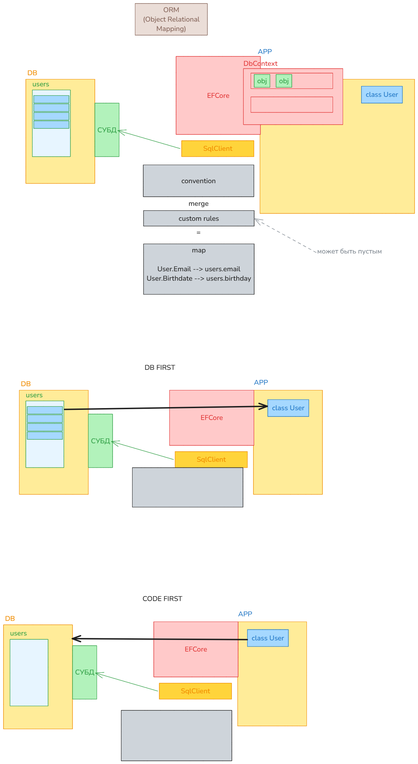
The Excalidraw diagram img/2.ef.excalidraw.png in silvercodes/p42_ado_net_ef, before a commit. Source tidied: one line per element, renumbered; positions are measured from the earlier drawing's top-left corner, leaving out a move shared by most shapes.
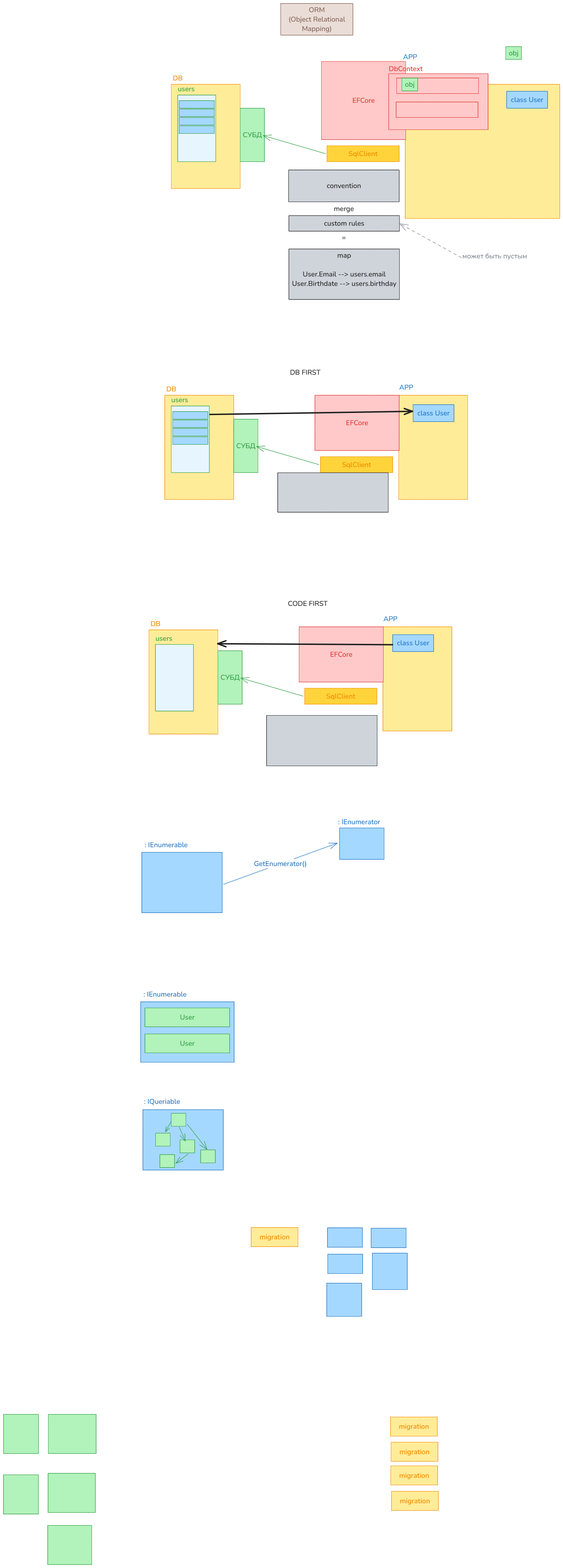
Above is the later version.

Diff of the diagram source:
```diff
@@ -13,8 +13,8 @@
 {"id": 12, "type": "rectangle", "strokeColor": "#2f9e44", "backgroundColor": "#a5d8ff", "fillStyle": "solid", "strokeWidth": 1, "roughness": 0, "x": 87, "y": 313, "width": 101, "height": 22}
 {"id": 13, "type": "rectangle", "strokeColor": "#2f9e44", "backgroundColor": "#a5d8ff", "fillStyle": "solid", "strokeWidth": 1, "roughness": 0, "x": 87, "y": 337, "width": 101, "height": 22}
 {"id": 14, "type": "arrow", "strokeColor": "#2f9e44", "backgroundColor": "#a5d8ff", "fillStyle": "solid", "strokeWidth": 1, "roughness": 0, "endArrowhead": "arrow", "round": true, "from": 17, "to": 4, "x": 507, "y": 417, "width": 179, "height": 52, "points": [[0, 0], [-179, -52]]}
-{"id": 15, "type": "rectangle", "strokeColor": "#846358", "backgroundColor": "#eaddd7", "fillStyle": "solid", "strokeWidth": 1, "roughness": 0, "x": 378, "y": 0, "width": 207, "height": 91}
+{"id": 15, "type": "rectangle", "strokeColor": "#846358", "backgroundColor": "#eaddd7", "fillStyle": "solid", "strokeWidth": 1, "roughness": 0, "x": 378, "y": -15, "width": 207, "height": 91}
-{"id": 16, "type": "text", "text": "ORM\n(Object Relational\nMapping)", "strokeColor": "#846358", "backgroundColor": "#eaddd7", "fillStyle": "solid", "strokeWidth": 1, "roughness": 0, "fontSize": 20, "fontFamily": 6, "textAlign": "center", "verticalAlign": "middle", "inside": 15, "x": 400, "y": 5, "width": 163, "height": 81}
+{"id": 16, "type": "text", "text": "ORM\n(Object Relational\nMapping)", "strokeColor": "#846358", "backgroundColor": "#eaddd7", "fillStyle": "solid", "strokeWidth": 1, "roughness": 0, "fontSize": 20, "fontFamily": 6, "textAlign": "center", "verticalAlign": "middle", "inside": 15, "x": 401, "y": -10, "width": 163, "height": 81}
 {"id": 17, "type": "rectangle", "strokeColor": "#f08c00", "backgroundColor": "#ffd43b", "fillStyle": "solid", "strokeWidth": 1, "roughness": 0, "x": 511, "y": 394, "width": 207, "height": 46}
 {"id": 18, "type": "text", "text": "SqlClient", "strokeColor": "#f08c00", "backgroundColor": "#eaddd7", "fillStyle": "solid", "strokeWidth": 1, "roughness": 0, "fontSize": 20, "fontFamily": 6, "textAlign": "center", "verticalAlign": "middle", "inside": 17, "x": 573, "y": 403, "width": 83, "height": 27}
 {"id": 19, "type": "rectangle", "strokeColor": "#1e1e1e", "backgroundColor": "#ced4da", "fillStyle": "solid", "strokeWidth": 1, "roughness": 0, "x": 402, "y": 690, "width": 317, "height": 145}
@@ -71,9 +71,52 @@
 {"id": 70, "type": "arrow", "strokeColor": "#1e1e1e", "backgroundColor": "#ced4da", "fillStyle": "solid", "strokeWidth": 4, "roughness": 0, "endArrowhead": "arrow", "round": true, "from": 66, "to": 51, "x": 699, "y": 1827, "width": 502, "height": 3, "points": [[0, 0], [-502, -3]]}
 {"id": 71, "type": "rectangle", "strokeColor": "#e03131", "backgroundColor": "#ffc9c9", "fillStyle": "solid", "strokeWidth": 1, "roughness": 0, "x": 688, "y": 187, "width": 285, "height": 161}
 {"id": 72, "type": "text", "text": "DbContext", "strokeColor": "#e03131", "backgroundColor": "#ffc9c9", "fillStyle": "solid", "strokeWidth": 1, "roughness": 0, "fontSize": 20, "fontFamily": 6, "x": 688, "y": 159, "width": 98, "height": 27}
-{"id": 73, "type": "rectangle", "strokeColor": "#e03131", "backgroundColor": "#ffc9c9", "fillStyle": "solid", "strokeWidth": 1, "roughness": 0, "x": 710, "y": 200, "width": 235, "height": 45}
+{"id": 73, "type": "rectangle", "strokeColor": "#e03131", "backgroundColor": "#ffc9c9", "fillStyle": "solid", "strokeWidth": 1, "roughness": 0, "x": 711, "y": 199, "width": 235, "height": 45}
 {"id": 74, "type": "rectangle", "strokeColor": "#e03131", "backgroundColor": "#ffc9c9", "fillStyle": "solid", "strokeWidth": 1, "roughness": 0, "x": 710, "y": 268, "width": 235, "height": 45}
-{"id": 75, "type": "rectangle", "strokeColor": "#2f9e44", "backgroundColor": "#b2f2bb", "fillStyle": "solid", "strokeWidth": 1, "roughness": 0, "x": 719, "y": 204, "width": 45, "height": 37}
+{"id": 75, "type": "rectangle", "strokeColor": "#2f9e44", "backgroundColor": "#b2f2bb", "fillStyle": "solid", "strokeWidth": 1, "roughness": 0, "x": 1024, "y": 109, "width": 45, "height": 37}
-{"id": 76, "type": "text", "text": "obj", "strokeColor": "#2f9e44", "backgroundColor": "#b2f2bb", "fillStyle": "solid", "strokeWidth": 1, "roughness": 0, "fontSize": 20, "fontFamily": 6, "textAlign": "center", "verticalAlign": "middle", "inside": 75, "x": 728, "y": 209, "width": 28, "height": 27}
+{"id": 76, "type": "text", "text": "obj", "strokeColor": "#2f9e44", "backgroundColor": "#b2f2bb", "fillStyle": "solid", "strokeWidth": 1, "roughness": 0, "fontSize": 20, "fontFamily": 6, "textAlign": "center", "verticalAlign": "middle", "inside": 75, "x": 1033, "y": 114, "width": 28, "height": 27}
-{"id": 77, "type": "rectangle", "strokeColor": "#2f9e44", "backgroundColor": "#b2f2bb", "fillStyle": "solid", "strokeWidth": 1, "roughness": 0, "x": 782, "y": 204, "width": 45, "height": 37}
+{"id": 77, "type": "rectangle", "strokeColor": "#2f9e44", "backgroundColor": "#b2f2bb", "fillStyle": "solid", "strokeWidth": 1, "roughness": 0, "x": 726, "y": 200, "width": 45, "height": 37}
-{"id": 78, "type": "text", "text": "obj", "strokeColor": "#2f9e44", "backgroundColor": "#b2f2bb", "fillStyle": "solid", "strokeWidth": 1, "roughness": 0, "fontSize": 20, "fontFamily": 6, "textAlign": "center", "verticalAlign": "middle", "inside": 77, "x": 791, "y": 209, "width": 28, "height": 27}
+{"id": 78, "type": "text", "text": "obj", "strokeColor": "#2f9e44", "backgroundColor": "#b2f2bb", "fillStyle": "solid", "strokeWidth": 1, "roughness": 0, "fontSize": 20, "fontFamily": 6, "textAlign": "center", "verticalAlign": "middle", "inside": 77, "x": 735, "y": 205, "width": 28, "height": 27}
+{"id": 79, "type": "rectangle", "strokeColor": "#1971c2", "backgroundColor": "#a5d8ff", "fillStyle": "solid", "strokeWidth": 1, "roughness": 0, "x": -21, "y": 2423, "width": 231, "height": 174}
+{"id": 80, "type": "text", "text": ": IEnumerable", "strokeColor": "#1971c2", "backgroundColor": "#a5d8ff", "fillStyle": "solid", "strokeWidth": 1, "roughness": 0, "fontSize": 20, "fontFamily": 6, "x": -12, "y": 2388, "width": 124, "height": 27}
+{"id": 81, "type": "arrow", "strokeColor": "#1971c2", "backgroundColor": "#a5d8ff", "fillStyle": "solid", "strokeWidth": 1, "roughness": 0, "endArrowhead": "arrow", "round": true, "from": 79, "to": 83, "x": 214, "y": 2515, "width": 327, "height": 118, "points": [[0, 0], [327, -118]]}
+{"id": 82, "type": "text", "text": "GetEnumerator()", "strokeColor": "#1971c2", "backgroundColor": "#a5d8ff", "fillStyle": "solid", "strokeWidth": 1, "roughness": 0, "fontSize": 20, "fontFamily": 6, "textAlign": "center", "verticalAlign": "middle", "inside": 81, "x": 172, "y": 2448, "width": 152, "height": 27}
+{"id": 83, "type": "rectangle", "strokeColor": "#1971c2", "backgroundColor": "#a5d8ff", "fillStyle": "solid", "strokeWidth": 1, "roughness": 0, "x": 547, "y": 2353, "width": 128, "height": 90}
+{"id": 84, "type": "text", "text": ": IEnumerator", "strokeColor": "#1971c2", "backgroundColor": "#a5d8ff", "fillStyle": "solid", "strokeWidth": 1, "roughness": 0, "fontSize": 20, "fontFamily": 6, "x": 543, "y": 2322, "width": 121, "height": 27}
+{"id": 85, "type": "rectangle", "strokeColor": "#1971c2", "backgroundColor": "#a5d8ff", "fillStyle": "solid", "strokeWidth": 1, "roughness": 0, "x": -17, "y": 3162, "width": 231, "height": 174}
+{"id": 86, "type": "text", "text": ": IQueriable", "strokeColor": "#1971c2", "backgroundColor": "#a5d8ff", "fillStyle": "solid", "strokeWidth": 1, "roughness": 0, "fontSize": 20, "fontFamily": 6, "x": -14, "y": 3126, "width": 104, "height": 27}
+{"id": 87, "type": "rectangle", "strokeColor": "#2f9e44", "backgroundColor": "#b2f2bb", "fillStyle": "solid", "strokeWidth": 1, "roughness": 0, "x": 64, "y": 3173, "width": 42, "height": 37}
+{"id": 88, "type": "rectangle", "strokeColor": "#2f9e44", "backgroundColor": "#b2f2bb", "fillStyle": "solid", "strokeWidth": 1, "roughness": 0, "x": 19, "y": 3230, "width": 42, "height": 37}
+{"id": 89, "type": "arrow", "strokeColor": "#2f9e44", "backgroundColor": "#b2f2bb", "fillStyle": "solid", "strokeWidth": 1, "roughness": 0, "endArrowhead": "arrow", "round": true, "from": 87, "to": 88, "x": 63, "y": 3197, "width": 16, "height": 29, "points": [[0, 0], [-16, 29]]}
+{"id": 90, "type": "rectangle", "strokeColor": "#2f9e44", "backgroundColor": "#b2f2bb", "fillStyle": "solid", "strokeWidth": 1, "roughness": 0, "x": 89, "y": 3249, "width": 42, "height": 37}
+{"id": 91, "type": "arrow", "strokeColor": "#2f9e44", "backgroundColor": "#b2f2bb", "fillStyle": "solid", "strokeWidth": 1, "roughness": 0, "endArrowhead": "arrow", "round": true, "from": 87, "to": 90, "x": 87, "y": 3212, "width": 18, "height": 41, "points": [[0, 0], [18, 41]]}
+{"id": 92, "type": "rectangle", "strokeColor": "#2f9e44", "backgroundColor": "#b2f2bb", "fillStyle": "solid", "strokeWidth": 1, "roughness": 0, "x": 148, "y": 3278, "width": 42, "height": 37}
+{"id": 93, "type": "arrow", "strokeColor": "#2f9e44", "backgroundColor": "#b2f2bb", "fillStyle": "solid", "strokeWidth": 1, "roughness": 0, "endArrowhead": "arrow", "round": true, "from": 87, "to": 92, "x": 110, "y": 3203, "width": 57, "height": 73, "points": [[0, 0], [57, 73]]}
+{"id": 94, "type": "rectangle", "strokeColor": "#2f9e44", "backgroundColor": "#b2f2bb", "fillStyle": "solid", "strokeWidth": 1, "roughness": 0, "x": 31, "y": 3291, "width": 42, "height": 37}
+{"id": 95, "type": "arrow", "strokeColor": "#2f9e44", "backgroundColor": "#b2f2bb", "fillStyle": "solid", "strokeWidth": 1, "roughness": 0, "endArrowhead": "arrow", "round": true, "from": 90, "to": 94, "x": 113, "y": 3289, "width": 35, "height": 27, "points": [[0, 0], [-35, 27]]}
+{"id": 96, "type": "rectangle", "strokeColor": "#1971c2", "backgroundColor": "#a5d8ff", "fillStyle": "solid", "strokeWidth": 1, "roughness": 0, "x": -24, "y": 2852, "width": 268, "height": 174}
+{"id": 97, "type": "text", "text": ": IEnumerable", "strokeColor": "#1971c2", "backgroundColor": "#a5d8ff", "fillStyle": "solid", "strokeWidth": 1, "roughness": 0, "fontSize": 20, "fontFamily": 6, "x": -16, "y": 2817, "width": 124, "height": 27}
+{"id": 98, "type": "rectangle", "strokeColor": "#2f9e44", "backgroundColor": "#b2f2bb", "fillStyle": "solid", "strokeWidth": 1, "roughness": 0, "x": -11, "y": 2870, "width": 243, "height": 54}
+{"id": 99, "type": "text", "text": "User", "strokeColor": "#2f9e44", "backgroundColor": "#b2f2bb", "fillStyle": "solid", "strokeWidth": 1, "roughness": 0, "fontSize": 20, "fontFamily": 6, "textAlign": "center", "verticalAlign": "middle", "inside": 98, "x": 89, "y": 2884, "width": 42, "height": 27}
+{"id": 100, "type": "rectangle", "strokeColor": "#2f9e44", "backgroundColor": "#b2f2bb", "fillStyle": "solid", "strokeWidth": 1, "roughness": 0, "x": -11, "y": 2945, "width": 243, "height": 54}
+{"id": 101, "type": "text", "text": "User", "strokeColor": "#2f9e44", "backgroundColor": "#b2f2bb", "fillStyle": "solid", "strokeWidth": 1, "roughness": 0, "fontSize": 20, "fontFamily": 6, "textAlign": "center", "verticalAlign": "middle", "inside": 100, "x": 89, "y": 2958, "width": 42, "height": 27}
+{"id": 102, "type": "rectangle", "strokeColor": "#2f9e44", "backgroundColor": "#b2f2bb", "fillStyle": "solid", "strokeWidth": 1, "roughness": 0, "x": -417, "y": 4037, "width": 100, "height": 113}
+{"id": 103, "type": "rectangle", "strokeColor": "#2f9e44", "backgroundColor": "#b2f2bb", "fillStyle": "solid", "strokeWidth": 1, "roughness": 0, "x": -417, "y": 4211, "width": 100, "height": 113}
+{"id": 104, "type": "rectangle", "strokeColor": "#2f9e44", "backgroundColor": "#b2f2bb", "fillStyle": "solid", "strokeWidth": 1, "roughness": 0, "x": -289, "y": 4037, "width": 137, "height": 113}
+{"id": 105, "type": "rectangle", "strokeColor": "#2f9e44", "backgroundColor": "#b2f2bb", "fillStyle": "solid", "strokeWidth": 1, "roughness": 0, "x": -290, "y": 4206, "width": 136, "height": 113}
+{"id": 106, "type": "rectangle", "strokeColor": "#1971c2", "backgroundColor": "#a5d8ff", "fillStyle": "solid", "strokeWidth": 1, "roughness": 0, "x": 512, "y": 3501, "width": 100, "height": 56}
+{"id": 107, "type": "rectangle", "strokeColor": "#1971c2", "backgroundColor": "#a5d8ff", "fillStyle": "solid", "strokeWidth": 1, "roughness": 0, "x": 513, "y": 3577, "width": 100, "height": 56}
+{"id": 108, "type": "rectangle", "strokeColor": "#1971c2", "backgroundColor": "#a5d8ff", "fillStyle": "solid", "strokeWidth": 1, "roughness": 0, "x": 638, "y": 3503, "width": 100, "height": 56}
+{"id": 109, "type": "rectangle", "strokeColor": "#1971c2", "backgroundColor": "#a5d8ff", "fillStyle": "solid", "strokeWidth": 1, "roughness": 0, "x": 641, "y": 3574, "width": 100, "height": 105}
+{"id": 110, "type": "rectangle", "strokeColor": "#1971c2", "backgroundColor": "#a5d8ff", "fillStyle": "solid", "strokeWidth": 1, "roughness": 0, "x": 510, "y": 3661, "width": 100, "height": 95}
+{"id": 111, "type": "rectangle", "strokeColor": "#2f9e44", "backgroundColor": "#b2f2bb", "fillStyle": "solid", "strokeWidth": 1, "roughness": 0, "x": -291, "y": 4356, "width": 127, "height": 113}
+{"id": 112, "type": "rectangle", "strokeColor": "#f08c00", "backgroundColor": "#ffec99", "fillStyle": "solid", "strokeWidth": 1, "roughness": 0, "x": 293, "y": 3501, "width": 135, "height": 55}
+{"id": 113, "type": "text", "text": "migration", "strokeColor": "#f08c00", "backgroundColor": "#ffec99", "fillStyle": "solid", "strokeWidth": 1, "roughness": 0, "fontSize": 20, "fontFamily": 6, "textAlign": "center", "verticalAlign": "middle", "inside": 112, "x": 318, "y": 3515, "width": 86, "height": 27}
+{"id": 114, "type": "rectangle", "strokeColor": "#f08c00", "backgroundColor": "#ffec99", "fillStyle": "solid", "strokeWidth": 1, "roughness": 0, "x": 693, "y": 4045, "width": 135, "height": 55}
+{"id": 115, "type": "text", "text": "migration", "strokeColor": "#f08c00", "backgroundColor": "#ffec99", "fillStyle": "solid", "strokeWidth": 1, "roughness": 0, "fontSize": 20, "fontFamily": 6, "textAlign": "center", "verticalAlign": "middle", "inside": 114, "x": 717, "y": 4059, "width": 86, "height": 27}
+{"id": 116, "type": "rectangle", "strokeColor": "#f08c00", "backgroundColor": "#ffec99", "fillStyle": "solid", "strokeWidth": 1, "roughness": 0, "x": 695, "y": 4117, "width": 135, "height": 55}
+{"id": 117, "type": "text", "text": "migration", "strokeColor": "#f08c00", "backgroundColor": "#ffec99", "fillStyle": "solid", "strokeWidth": 1, "roughness": 0, "fontSize": 20, "fontFamily": 6, "textAlign": "center", "verticalAlign": "middle", "inside": 116, "x": 719, "y": 4131, "width": 86, "height": 27}
+{"id": 118, "type": "rectangle", "strokeColor": "#f08c00", "backgroundColor": "#ffec99", "fillStyle": "solid", "strokeWidth": 1, "roughness": 0, "x": 694, "y": 4185, "width": 135, "height": 55}
+{"id": 119, "type": "text", "text": "migration", "strokeColor": "#f08c00", "backgroundColor": "#ffec99", "fillStyle": "solid", "strokeWidth": 1, "roughness": 0, "fontSize": 20, "fontFamily": 6, "textAlign": "center", "verticalAlign": "middle", "inside": 118, "x": 718, "y": 4199, "width": 86, "height": 27}
+{"id": 120, "type": "rectangle", "strokeColor": "#f08c00", "backgroundColor": "#ffec99", "fillStyle": "solid", "strokeWidth": 1, "roughness": 0, "x": 696, "y": 4258, "width": 135, "height": 55}
+{"id": 121, "type": "text", "text": "migration", "strokeColor": "#f08c00", "backgroundColor": "#ffec99", "fillStyle": "solid", "strokeWidth": 1, "roughness": 0, "fontSize": 20, "fontFamily": 6, "textAlign": "center", "verticalAlign": "middle", "inside": 120, "x": 720, "y": 4272, "width": 86, "height": 27}
```
